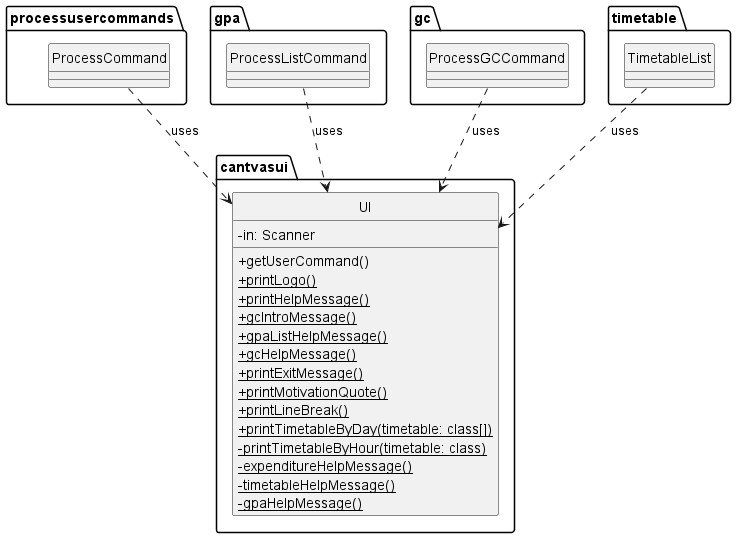
This is docs/images/classimage/UI.png from nyh3/tp, a PlantUML export, as it was before one commit.
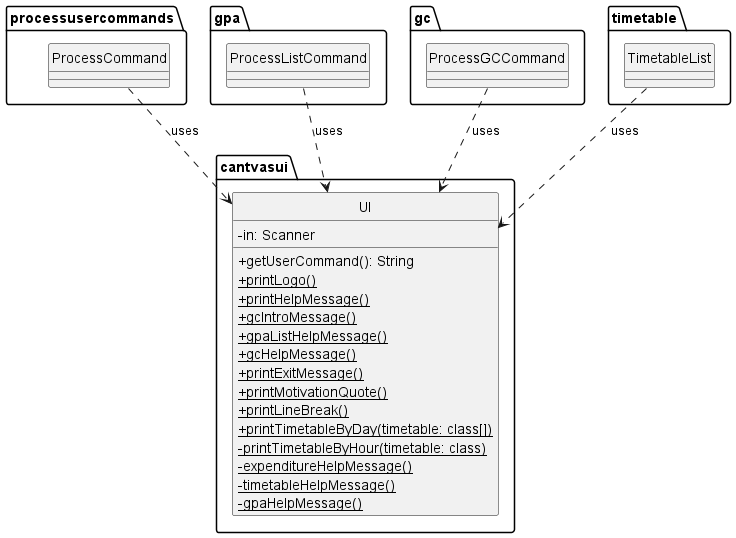
Above is the later version.

Commit message:
Add class diagram for timetable feature

What changed in the source:
```diff
@@ -6,7 +6,7 @@
 package cantvasui {
     class UI {
         - in: Scanner
-        + getUserCommand()
+        + getUserCommand(): String
         + {static} printLogo()
         + {static} printHelpMessage()
         + {static} gcIntroMessage()
```
